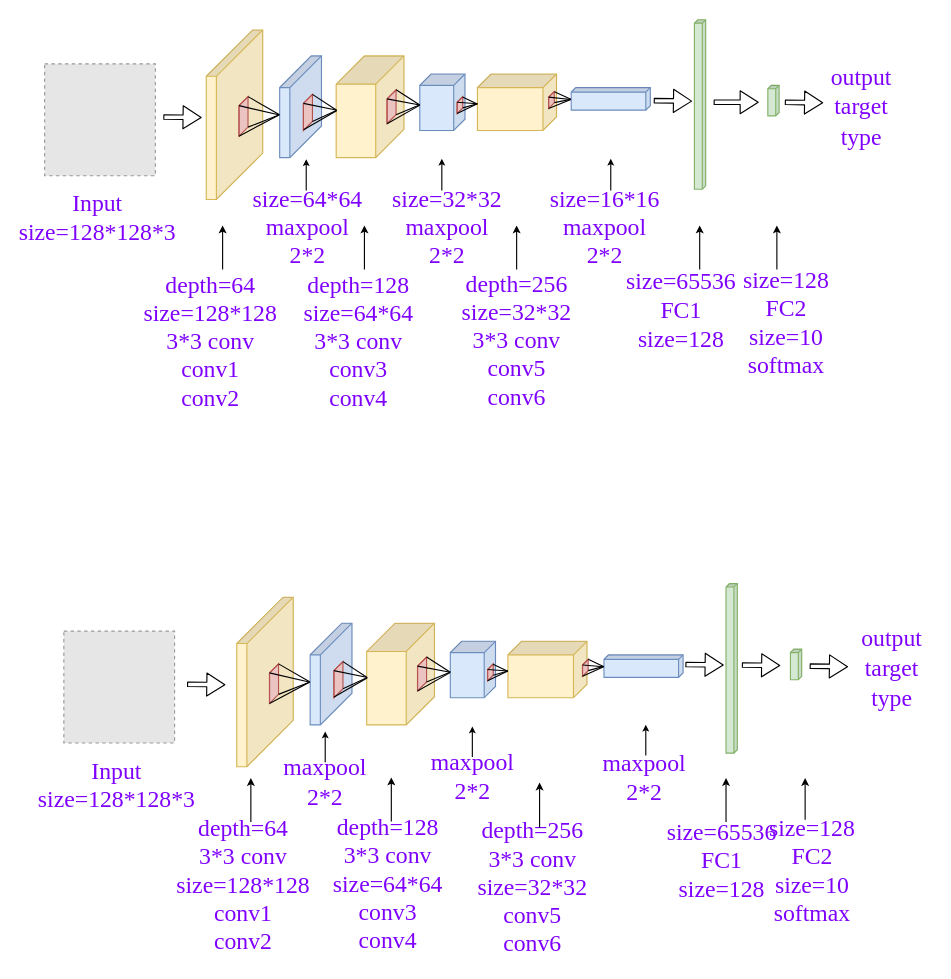
Above: cnn.drawio in ByronGe/ff (draw.io), before the change. Source tidied: cells renumbered, new cells numbered last; positions are measured from the earlier drawing's top-left corner, leaving out a move shared by most shapes. Both pictures are drawn from the tidied source at 113%, with x=0, y=0 at pixel (44, 19). Pictures stored in the file or linked from it are replaced by grey dashed boxes.
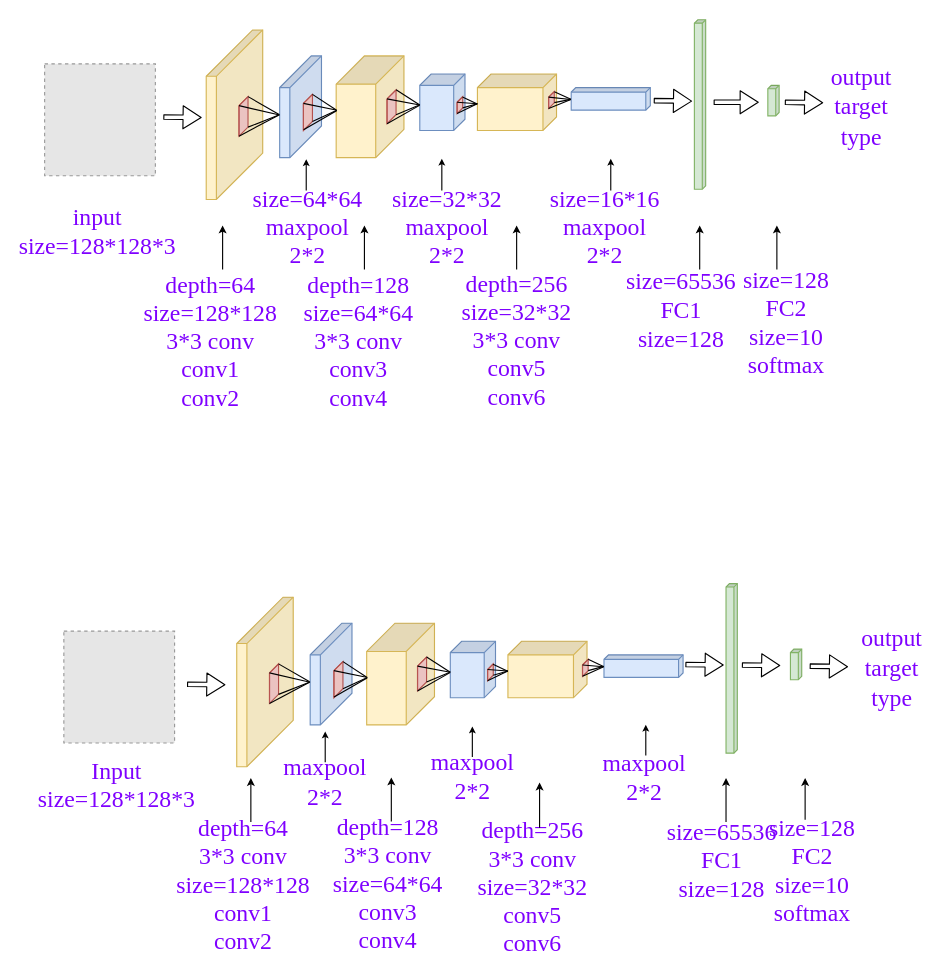
The same page after the edit.

What changed in the source:
```diff
@@
-    <mxCell id="36" value="&lt;span style=&quot;font-size: 21px;&quot;&gt;&lt;font style=&quot;font-size: 21px;&quot;&gt;Input&lt;br style=&quot;font-size: 21px;&quot;&gt;&lt;/font&gt;size=128*128*3&lt;br style=&quot;font-size: 21px;&quot;&gt;&lt;/span&gt;&lt;br style=&quot;font-size: 21px;&quot;&gt;" style="text;html=1;strokeColor=none;fillColor=none;align=center;verticalAlign=middle;whiteSpace=wrap;rounded=0;fontFamily=Times New Roman;fontColor=#7F00FF;fontSize=21;fontStyle=0;" parent="1" vertex="1">
+    <mxCell id="36" value="&lt;span style=&quot;font-size: 21px&quot;&gt;&lt;font style=&quot;font-size: 21px&quot;&gt;input&lt;br style=&quot;font-size: 21px&quot;&gt;&lt;/font&gt;size=128*128*3&lt;br style=&quot;font-size: 21px&quot;&gt;&lt;/span&gt;" style="text;html=1;strokeColor=none;fillColor=none;align=center;verticalAlign=middle;whiteSpace=wrap;rounded=0;fontFamily=Times New Roman;fontColor=#7F00FF;fontSize=21;fontStyle=0;" parent="1" vertex="1">
       <mxGeometry x="27" y="178" width="40" height="20" as="geometry" />
     </mxCell>
```
